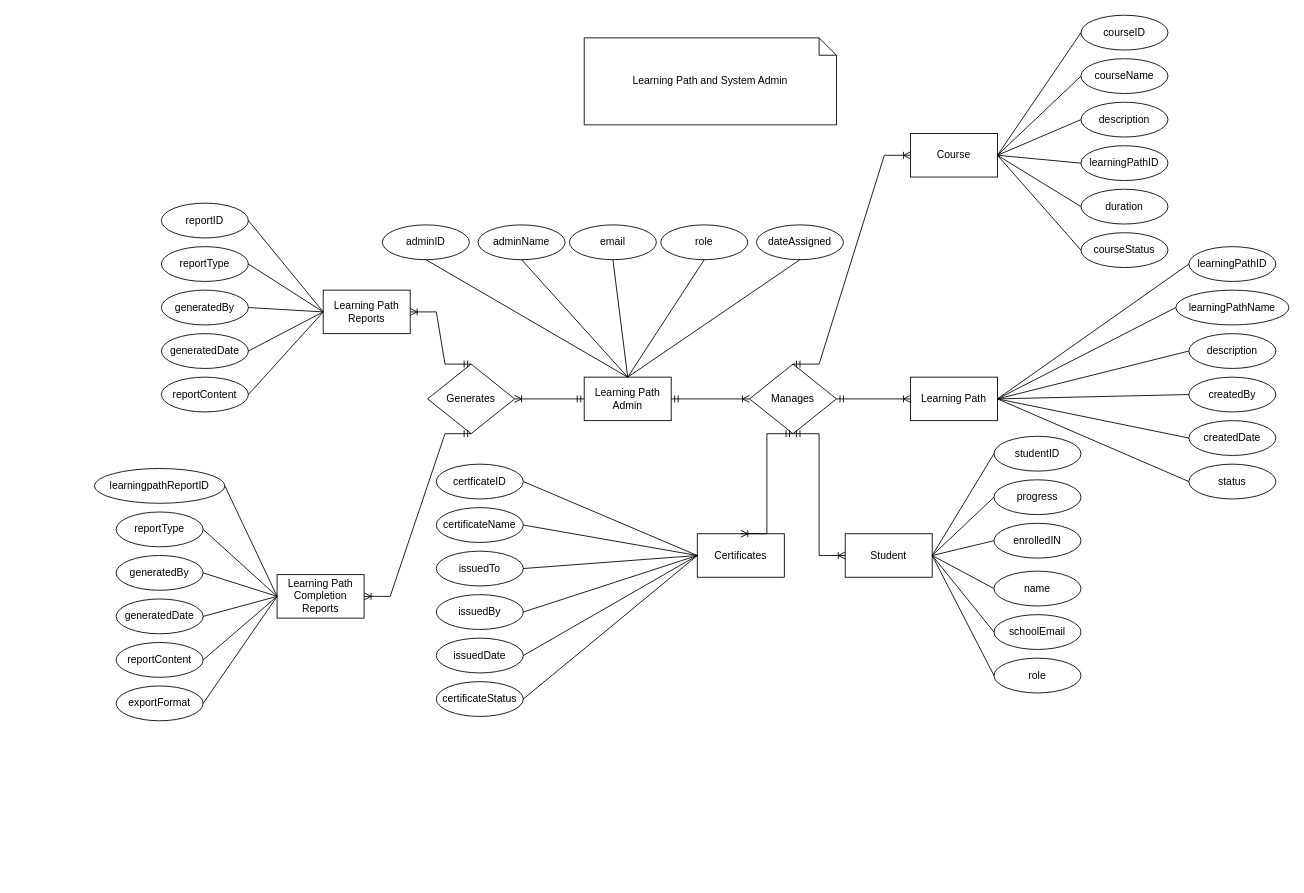
Earlier version of the draw.io diagram page "Page-4" (2 of 3) of SL-Activities/Task121/.drawio (rnrhltn/javanc3uc1). Source tidied: cells renumbered, new cells numbered last; positions are measured from the earlier drawing's top-left corner, leaving out a move shared by most shapes. Both pictures are drawn from the tidied source at 87%, with x=0, y=0 at pixel (94, 15).
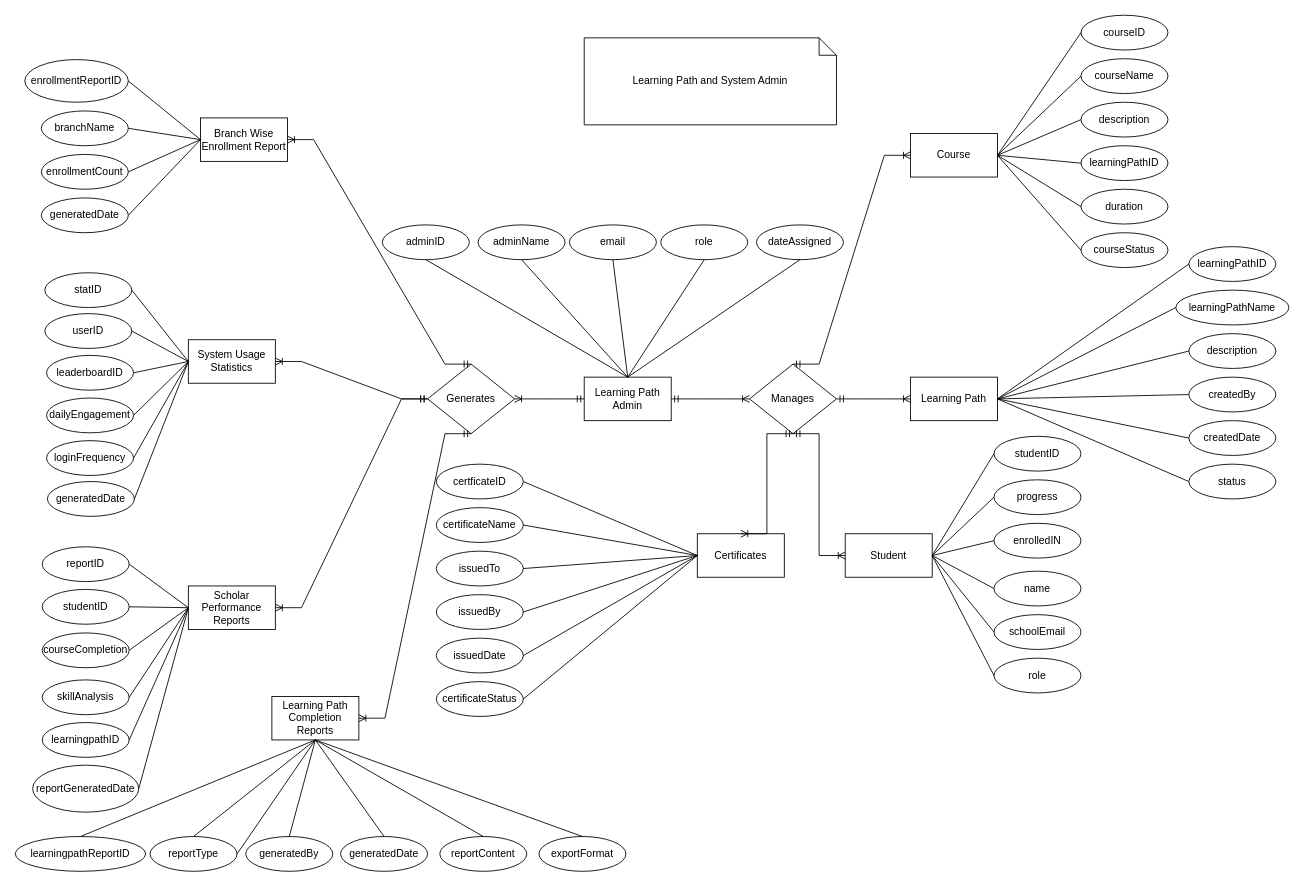
After the change.

The change refers to these unchanged cells:
```xml
<mxCell id="14" value="Generates" style="shape=rhombus;html=1;dashed=0;whiteSpace=wrap;perimeter=rhombusPerimeter;" parent="1" vertex="1">
  <mxGeometry x="383" y="401" width="100" height="80" as="geometry" />
</mxCell>
```

What changed in the source:
```diff
@@
-    <mxCell id="15" value="Learning Path Reports" style="html=1;dashed=0;whiteSpace=wrap;" parent="1" vertex="1">
-      <mxGeometry x="263" y="316" width="100" height="50" as="geometry" />
+    <mxCell id="15" value="Branch Wise Enrollment Report" style="html=1;dashed=0;whiteSpace=wrap;" parent="1" vertex="1">
+      <mxGeometry x="122" y="118" width="100" height="50" as="geometry" />
     </mxCell>
@@
-    <mxCell id="18" value="reportID" style="ellipse;whiteSpace=wrap;html=1;align=center;" parent="1" vertex="1">
-      <mxGeometry x="77" y="216" width="100" height="40" as="geometry" />
+    <mxCell id="18" value="enrollmentReportID" style="ellipse;whiteSpace=wrap;html=1;align=center;" parent="1" vertex="1">
+      <mxGeometry x="-80" y="51" width="119" height="49" as="geometry" />
     </mxCell>
@@
-    <mxCell id="30" value="reportType" style="ellipse;whiteSpace=wrap;html=1;align=center;" parent="1" vertex="1">
-      <mxGeometry x="77" y="266" width="100" height="40" as="geometry" />
+    <mxCell id="30" value="branchName" style="ellipse;whiteSpace=wrap;html=1;align=center;" parent="1" vertex="1">
+      <mxGeometry x="-61" y="110" width="100" height="40" as="geometry" />
     </mxCell>
-    <mxCell id="31" value="generatedBy" style="ellipse;whiteSpace=wrap;html=1;align=center;" parent="1" vertex="1">
-      <mxGeometry x="77" y="316" width="100" height="40" as="geometry" />
+    <mxCell id="31" value="enrollmentCount" style="ellipse;whiteSpace=wrap;html=1;align=center;" parent="1" vertex="1">
+      <mxGeometry x="-61" y="160" width="100" height="40" as="geometry" />
     </mxCell>
     <mxCell id="32" value="generatedDate" style="ellipse;whiteSpace=wrap;html=1;align=center;" parent="1" vertex="1">
-      <mxGeometry x="77" y="366" width="100" height="40" as="geometry" />
+      <mxGeometry x="-61" y="210" width="100" height="40" as="geometry" />
     </mxCell>
-    <mxCell id="33" value="reportContent" style="ellipse;whiteSpace=wrap;html=1;align=center;" parent="1" vertex="1">
-      <mxGeometry x="77" y="416" width="100" height="40" as="geometry" />
-    </mxCell>
@@
-    <mxCell id="37" style="endArrow=none;html=1;rounded=0;entryX=0;entryY=0.5;entryDx=0;entryDy=0;exitX=1;exitY=0.5;exitDx=0;exitDy=0;" parent="1" edge="1" source="33" target="15">
-      <mxGeometry relative="1" as="geometry" />
-    </mxCell>
@@
     <mxCell id="86" value="Learning Path Completion Reports" style="html=1;dashed=0;whiteSpace=wrap;" parent="1" vertex="1">
-      <mxGeometry x="210" y="643" width="100" height="50" as="geometry" />
+      <mxGeometry x="204" y="783" width="100" height="50" as="geometry" />
     </mxCell>
     <mxCell id="87" value="learningpathReportID" style="ellipse;whiteSpace=wrap;html=1;align=center;" parent="1" vertex="1">
-      <mxGeometry y="521" width="150" height="40" as="geometry" />
+      <mxGeometry x="-91" y="944" width="150" height="40" as="geometry" />
     </mxCell>
-    <mxCell id="88" style="endArrow=none;html=1;rounded=0;entryX=0;entryY=0.5;entryDx=0;entryDy=0;exitX=1;exitY=0.5;exitDx=0;exitDy=0;" parent="1" edge="1" source="87" target="86">
+    <mxCell id="88" style="endArrow=none;html=1;rounded=0;entryX=0.5;entryY=1;entryDx=0;entryDy=0;exitX=0.5;exitY=0;exitDx=0;exitDy=0;" parent="1" edge="1" source="87" target="86">
       <mxGeometry relative="1" as="geometry" />
     </mxCell>
-    <mxCell id="89" value="reportType" style="ellipse;whiteSpace=wrap;html=1;align=center;" parent="1" vertex="1">
-      <mxGeometry x="25" y="571" width="100" height="40" as="geometry" />
-    </mxCell>
     <mxCell id="90" value="generatedBy" style="ellipse;whiteSpace=wrap;html=1;align=center;" parent="1" vertex="1">
-      <mxGeometry x="25" y="621" width="100" height="40" as="geometry" />
+      <mxGeometry x="174" y="944" width="100" height="40" as="geometry" />
     </mxCell>
     <mxCell id="91" value="generatedDate" style="ellipse;whiteSpace=wrap;html=1;align=center;" parent="1" vertex="1">
-      <mxGeometry x="25" y="671" width="100" height="40" as="geometry" />
+      <mxGeometry x="283" y="944" width="100" height="40" as="geometry" />
     </mxCell>
     <mxCell id="92" value="reportContent" style="ellipse;whiteSpace=wrap;html=1;align=center;" parent="1" vertex="1">
-      <mxGeometry x="25" y="721" width="100" height="40" as="geometry" />
+      <mxGeometry x="397" y="944" width="100" height="40" as="geometry" />
     </mxCell>
-    <mxCell id="93" style="endArrow=none;html=1;rounded=0;entryX=0;entryY=0.5;entryDx=0;entryDy=0;exitX=1;exitY=0.5;exitDx=0;exitDy=0;" parent="1" edge="1" source="89" target="86">
+    <mxCell id="93" style="endArrow=none;html=1;rounded=0;entryX=0.5;entryY=1;entryDx=0;entryDy=0;exitX=1;exitY=0.5;exitDx=0;exitDy=0;" parent="1" edge="1" source="89" target="86">
       <mxGeometry relative="1" as="geometry" />
     </mxCell>
-    <mxCell id="94" style="endArrow=none;html=1;rounded=0;entryX=0;entryY=0.5;entryDx=0;entryDy=0;exitX=1;exitY=0.5;exitDx=0;exitDy=0;" parent="1" edge="1" source="90" target="86">
+    <mxCell id="94" style="endArrow=none;html=1;rounded=0;entryX=0.5;entryY=1;entryDx=0;entryDy=0;exitX=0.5;exitY=0;exitDx=0;exitDy=0;" parent="1" edge="1" source="90" target="86">
       <mxGeometry relative="1" as="geometry" />
     </mxCell>
-    <mxCell id="95" style="endArrow=none;html=1;rounded=0;entryX=0;entryY=0.5;entryDx=0;entryDy=0;exitX=1;exitY=0.5;exitDx=0;exitDy=0;" parent="1" edge="1" source="91" target="86">
+    <mxCell id="95" style="endArrow=none;html=1;rounded=0;entryX=0.5;entryY=1;entryDx=0;entryDy=0;exitX=0.5;exitY=0;exitDx=0;exitDy=0;" parent="1" edge="1" source="91" target="86">
       <mxGeometry relative="1" as="geometry" />
     </mxCell>
-    <mxCell id="96" style="endArrow=none;html=1;rounded=0;entryX=0;entryY=0.5;entryDx=0;entryDy=0;exitX=1;exitY=0.5;exitDx=0;exitDy=0;" parent="1" edge="1" source="92" target="86">
+    <mxCell id="96" style="endArrow=none;html=1;rounded=0;entryX=0.5;entryY=1;entryDx=0;entryDy=0;exitX=0.5;exitY=0;exitDx=0;exitDy=0;" parent="1" edge="1" source="92" target="86">
       <mxGeometry relative="1" as="geometry" />
     </mxCell>
     <mxCell id="97" value="exportFormat" style="ellipse;whiteSpace=wrap;html=1;align=center;" parent="1" vertex="1">
-      <mxGeometry x="25" y="771" width="100" height="40" as="geometry" />
+      <mxGeometry x="511" y="944" width="100" height="40" as="geometry" />
     </mxCell>
-    <mxCell id="98" style="endArrow=none;html=1;rounded=0;entryX=0;entryY=0.5;entryDx=0;entryDy=0;exitX=1;exitY=0.5;exitDx=0;exitDy=0;" parent="1" edge="1" source="97" target="86">
+    <mxCell id="98" style="endArrow=none;html=1;rounded=0;exitX=0.5;exitY=0;exitDx=0;exitDy=0;entryX=0.5;entryY=1;entryDx=0;entryDy=0;" parent="1" edge="1" source="89" target="86">
       <mxGeometry relative="1" as="geometry" />
     </mxCell>
@@
+    <mxCell id="100" value="System Usage Statistics" style="html=1;dashed=0;whiteSpace=wrap;" parent="1" vertex="1">
+      <mxGeometry x="108" y="373" width="100" height="50" as="geometry" />
+    </mxCell>
+    <mxCell id="101" value="Scholar Performance Reports" style="html=1;dashed=0;whiteSpace=wrap;" parent="1" vertex="1">
+      <mxGeometry x="108" y="656" width="100" height="50" as="geometry" />
+    </mxCell>
+    <mxCell id="102" value="statID" style="ellipse;whiteSpace=wrap;html=1;align=center;" parent="1" vertex="1">
+      <mxGeometry x="-57" y="296" width="100" height="40" as="geometry" />
+    </mxCell>
+    <mxCell id="103" value="userID" style="ellipse;whiteSpace=wrap;html=1;align=center;" parent="1" vertex="1">
+      <mxGeometry x="-57" y="343" width="100" height="40" as="geometry" />
+    </mxCell>
+    <mxCell id="104" value="loginFrequency" style="ellipse;whiteSpace=wrap;html=1;align=center;" parent="1" vertex="1">
+      <mxGeometry x="-55" y="489" width="100" height="40" as="geometry" />
+    </mxCell>
+    <mxCell id="105" value="dailyEngagement" style="ellipse;whiteSpace=wrap;html=1;align=center;" parent="1" vertex="1">
+      <mxGeometry x="-55" y="440" width="100" height="40" as="geometry" />
+    </mxCell>
+    <mxCell id="106" value="leaderboardID" style="ellipse;whiteSpace=wrap;html=1;align=center;" parent="1" vertex="1">
+      <mxGeometry x="-55" y="391" width="100" height="40" as="geometry" />
+    </mxCell>
+    <mxCell id="107" value="reportID" style="ellipse;whiteSpace=wrap;html=1;align=center;" parent="1" vertex="1">
+      <mxGeometry x="-60" y="611" width="100" height="40" as="geometry" />
+    </mxCell>
+    <mxCell id="108" value="studentID" style="ellipse;whiteSpace=wrap;html=1;align=center;" parent="1" vertex="1">
+      <mxGeometry x="-60" y="660" width="100" height="40" as="geometry" />
+    </mxCell>
+    <mxCell id="109" value="courseCompletion" style="ellipse;whiteSpace=wrap;html=1;align=center;" parent="1" vertex="1">
+      <mxGeometry x="-60" y="710" width="100" height="40" as="geometry" />
+    </mxCell>
+    <mxCell id="110" value="skillAnalysis" style="ellipse;whiteSpace=wrap;html=1;align=center;" parent="1" vertex="1">
+      <mxGeometry x="-60" y="764" width="100" height="40" as="geometry" />
+    </mxCell>
+    <mxCell id="111" value="learningpathID" style="ellipse;whiteSpace=wrap;html=1;align=center;" parent="1" vertex="1">
+      <mxGeometry x="-60" y="813" width="100" height="40" as="geometry" />
+    </mxCell>
+    <mxCell id="112" value="generatedDate" style="ellipse;whiteSpace=wrap;html=1;align=center;" parent="1" vertex="1">
+      <mxGeometry x="-54" y="536" width="100" height="40" as="geometry" />
+    </mxCell>
+    <mxCell id="113" value="reportGeneratedDate" style="ellipse;whiteSpace=wrap;html=1;align=center;" parent="1" vertex="1">
+      <mxGeometry x="-71" y="862" width="122" height="54" as="geometry" />
+    </mxCell>
+    <mxCell id="114" style="endArrow=none;html=1;rounded=0;entryX=1;entryY=0.5;entryDx=0;entryDy=0;exitX=0;exitY=0.5;exitDx=0;exitDy=0;" parent="1" edge="1" source="100" target="102">
+      <mxGeometry relative="1" as="geometry" />
+    </mxCell>
+    <mxCell id="115" style="endArrow=none;html=1;rounded=0;entryX=1;entryY=0.5;entryDx=0;entryDy=0;exitX=0;exitY=0.5;exitDx=0;exitDy=0;" parent="1" edge="1" source="100" target="103">
+      <mxGeometry relative="1" as="geometry" />
+    </mxCell>
+    <mxCell id="116" style="endArrow=none;html=1;rounded=0;entryX=0;entryY=0.5;entryDx=0;entryDy=0;exitX=1;exitY=0.5;exitDx=0;exitDy=0;" parent="1" edge="1" source="106" target="100">
+      <mxGeometry relative="1" as="geometry" />
+    </mxCell>
+    <mxCell id="117" style="endArrow=none;html=1;rounded=0;entryX=1;entryY=0.5;entryDx=0;entryDy=0;exitX=0;exitY=0.5;exitDx=0;exitDy=0;" parent="1" edge="1" source="100" target="105">
+      <mxGeometry relative="1" as="geometry" />
+    </mxCell>
+    <mxCell id="118" style="endArrow=none;html=1;rounded=0;entryX=0;entryY=0.5;entryDx=0;entryDy=0;exitX=1;exitY=0.5;exitDx=0;exitDy=0;" parent="1" edge="1" source="104" target="100">
+      <mxGeometry relative="1" as="geometry" />
+    </mxCell>
+    <mxCell id="119" style="endArrow=none;html=1;rounded=0;entryX=0;entryY=0.5;entryDx=0;entryDy=0;exitX=1;exitY=0.5;exitDx=0;exitDy=0;" parent="1" edge="1" source="112" target="100">
+      <mxGeometry relative="1" as="geometry" />
+    </mxCell>
+    <mxCell id="120" style="endArrow=none;html=1;rounded=0;entryX=1;entryY=0.5;entryDx=0;entryDy=0;exitX=0;exitY=0.5;exitDx=0;exitDy=0;" parent="1" edge="1" source="101" target="107">
+      <mxGeometry relative="1" as="geometry" />
+    </mxCell>
+    <mxCell id="121" style="endArrow=none;html=1;rounded=0;entryX=1;entryY=0.5;entryDx=0;entryDy=0;exitX=0;exitY=0.5;exitDx=0;exitDy=0;" parent="1" edge="1" source="101" target="108">
+      <mxGeometry relative="1" as="geometry" />
+    </mxCell>
+    <mxCell id="122" style="endArrow=none;html=1;rounded=0;entryX=1;entryY=0.5;entryDx=0;entryDy=0;exitX=0;exitY=0.5;exitDx=0;exitDy=0;" parent="1" edge="1" source="101" target="109">
+      <mxGeometry relative="1" as="geometry" />
+    </mxCell>
+    <mxCell id="123" style="endArrow=none;html=1;rounded=0;entryX=0;entryY=0.5;entryDx=0;entryDy=0;exitX=1;exitY=0.5;exitDx=0;exitDy=0;" parent="1" edge="1" source="110" target="101">
+      <mxGeometry relative="1" as="geometry" />
+    </mxCell>
+    <mxCell id="124" style="endArrow=none;html=1;rounded=0;entryX=0;entryY=0.5;entryDx=0;entryDy=0;exitX=1;exitY=0.5;exitDx=0;exitDy=0;" parent="1" edge="1" source="111" target="101">
+      <mxGeometry relative="1" as="geometry" />
+    </mxCell>
+    <mxCell id="125" style="endArrow=none;html=1;rounded=0;entryX=0;entryY=0.5;entryDx=0;entryDy=0;exitX=1;exitY=0.5;exitDx=0;exitDy=0;" parent="1" edge="1" source="113" target="101">
+      <mxGeometry relative="1" as="geometry" />
+    </mxCell>
+    <mxCell id="126" style="edgeStyle=entityRelationEdgeStyle;fontSize=12;html=1;endArrow=ERoneToMany;startArrow=ERmandOne;rounded=0;exitX=0;exitY=0.5;exitDx=0;exitDy=0;entryX=1;entryY=0.5;entryDx=0;entryDy=0;" parent="1" edge="1" source="14" target="100">
+      <mxGeometry relative="1" as="geometry" />
+    </mxCell>
+    <mxCell id="127" style="edgeStyle=entityRelationEdgeStyle;fontSize=12;html=1;endArrow=ERoneToMany;startArrow=ERmandOne;rounded=0;entryX=1;entryY=0.5;entryDx=0;entryDy=0;exitX=0;exitY=0.5;exitDx=0;exitDy=0;" parent="1" edge="1" source="14" target="101">
+      <mxGeometry relative="1" as="geometry" />
+    </mxCell>
+    <mxCell id="128" style="endArrow=none;html=1;rounded=0;entryX=0.5;entryY=1;entryDx=0;entryDy=0;exitX=0.5;exitY=0;exitDx=0;exitDy=0;" parent="1" edge="1" source="97" target="86">
+      <mxGeometry relative="1" as="geometry" />
+    </mxCell>
+    <mxCell id="89" value="reportType" style="ellipse;whiteSpace=wrap;html=1;align=center;" parent="1" vertex="1">
+      <mxGeometry x="64" y="944" width="100" height="40" as="geometry" />
+    </mxCell>
+    <mxCell id="129" style="edgeStyle=orthogonalEdgeStyle;rounded=0;orthogonalLoop=1;jettySize=auto;html=1;exitX=0.5;exitY=1;exitDx=0;exitDy=0;" parent="1" edge="1" source="91" target="91">
+      <mxGeometry relative="1" as="geometry" />
+    </mxCell>
```
